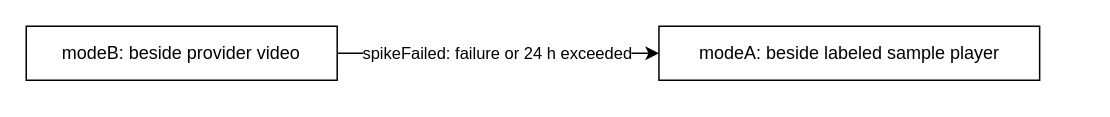
The draw.io diagram spec/amazon-fantasy-companion/figures/panel-mode.drawio in 1wgrumph/amazon-fantasy-companion, before the edit. Source tidied: cells renumbered, new cells numbered last; positions are measured from the earlier drawing's top-left corner, leaving out a move shared by most shapes. Both pictures are drawn from the tidied source at 150%, with x=0, y=0 at pixel (26, 26).
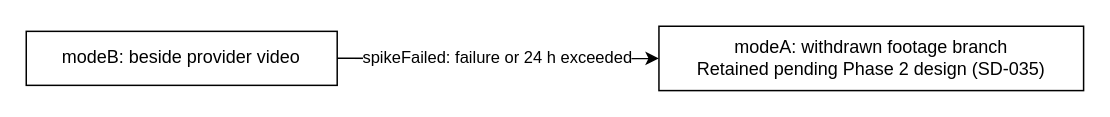
The same page after the edit.

Change to the diagram source:
```diff
@@
 <mxGraphModel>
   <root>
     <mxCell id="0" />
     <mxCell id="1" parent="0" />
     <mxCell id="2" value="modeB: beside provider video" style="rounded=0;whiteSpace=wrap;html=1;" parent="1" vertex="1">
-      <mxGeometry width="207.3" height="36" as="geometry" />
+      <mxGeometry y="3.4" width="207.3" height="36" as="geometry" />
     </mxCell>
-    <mxCell id="3" value="modeA: beside labeled sample player" style="rounded=0;whiteSpace=wrap;html=1;" parent="1" vertex="1">
-      <mxGeometry x="421.8" width="253.8" height="36" as="geometry" />
+    <mxCell id="3" value="modeA: withdrawn footage branch&#10;Retained pending Phase 2 design (SD-035)" style="rounded=0;whiteSpace=wrap;html=1;" parent="1" vertex="1">
+      <mxGeometry x="421.8" width="283.1" height="42.9" as="geometry" />
     </mxCell>
     <mxCell id="4" value="spikeFailed: failure or 24 h exceeded" style="html=1;" parent="1" edge="1" source="2" target="3">
       <mxGeometry relative="1" as="geometry" />
     </mxCell>
   </root>
 </mxGraphModel>
```
